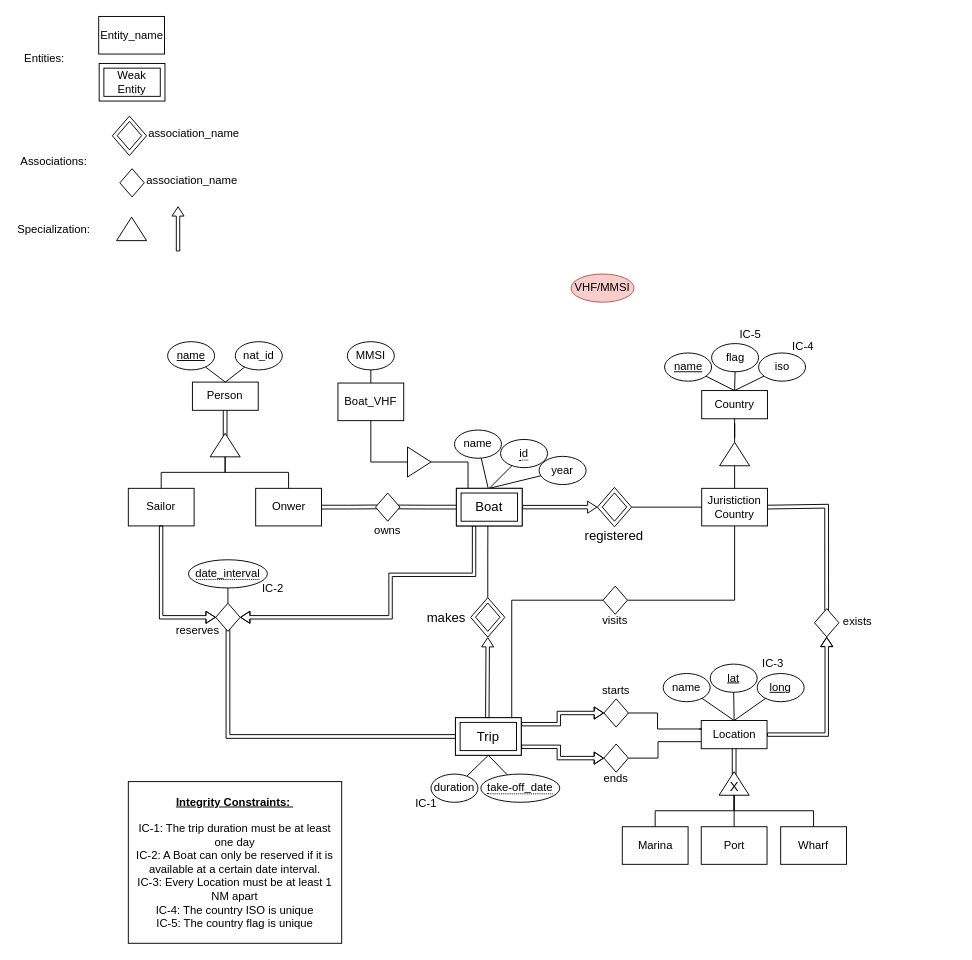
The draw.io diagram Project/proj1_diag_entity_association_v4.drawio in jamilsonjr/labs-and-project, before the edit. Source tidied: cells renumbered, new cells numbered last; positions are measured from the earlier drawing's top-left corner, leaving out a move shared by most shapes. Both pictures are drawn from the tidied source at 94%, with x=0, y=0 at pixel (16, 16).
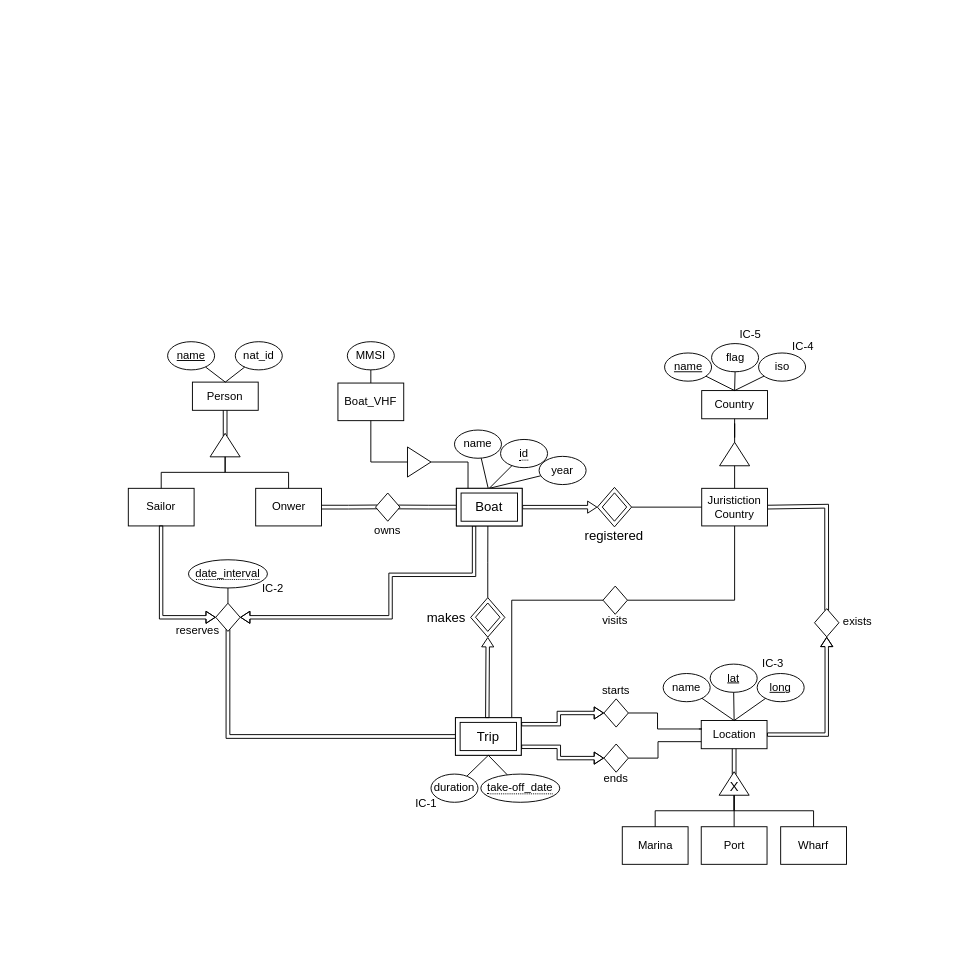
The same page after the edit.

The edit, as a diff of the source:
```diff
@@
-    <mxCell id="2" style="group;rounded=1;" parent="1" vertex="1">
-      <mxGeometry x="110" y="160" width="130" height="36" as="geometry" />
-    </mxCell>
-    <mxCell id="3" style="rhombus;whiteSpace=wrap;html=1;fillColor=none;rounded=0;" parent="2" vertex="1">
-      <mxGeometry y="2" width="26" height="30" as="geometry" />
-    </mxCell>
-    <mxCell id="4" value="association_name" style="text;html=1;strokeColor=none;fillColor=none;align=center;verticalAlign=middle;whiteSpace=wrap;rounded=0;" parent="2" vertex="1">
-      <mxGeometry x="24" width="106" height="30" as="geometry" />
-    </mxCell>
-    <mxCell id="5" style="group;" parent="1" vertex="1">
-      <mxGeometry x="104.8" y="104.2" width="135.2" height="47.5" as="geometry" />
-    </mxCell>
-    <mxCell id="6" style="rhombus;whiteSpace=wrap;html=1;fillColor=none;" parent="5" vertex="1">
-      <mxGeometry x="-2.8" y="1.8" width="36.4" height="42" as="geometry" />
-    </mxCell>
-    <mxCell id="7" style="rhombus;whiteSpace=wrap;html=1;fillColor=none;" parent="5" vertex="1">
-      <mxGeometry x="2.4" y="7.5" width="26" height="30.2" as="geometry" />
-    </mxCell>
-    <mxCell id="8" value="association_name" style="text;html=1;strokeColor=none;fillColor=none;align=center;verticalAlign=middle;whiteSpace=wrap;rounded=0;" parent="5" vertex="1">
-      <mxGeometry x="37.2" y="5.8" width="94" height="30" as="geometry" />
-    </mxCell>
-    <mxCell id="9" style="triangle;whiteSpace=wrap;html=1;rotation=-90;" parent="1" vertex="1">
-      <mxGeometry x="110" y="210" width="25" height="32" as="geometry" />
-    </mxCell>
-    <mxCell id="10" value="Specialization:" style="text;html=1;strokeColor=none;fillColor=none;align=center;verticalAlign=middle;whiteSpace=wrap;rounded=0;shadow=0;sketch=0;" parent="1" vertex="1">
-      <mxGeometry x="10" y="212" width="60" height="30" as="geometry" />
-    </mxCell>
-    <mxCell id="11" value="Associations:" style="text;html=1;strokeColor=none;fillColor=none;align=center;verticalAlign=middle;whiteSpace=wrap;rounded=0;shadow=0;sketch=0;" parent="1" vertex="1">
-      <mxGeometry x="10" y="140" width="60" height="30" as="geometry" />
-    </mxCell>
-    <mxCell id="12" value="Entity_name" style="rounded=0;whiteSpace=wrap;html=1;fontColor=#000000;fillColor=default;strokeWidth=1;" parent="1" vertex="1">
-      <mxGeometry x="87.5" width="70" height="40" as="geometry" />
-    </mxCell>
-    <mxCell id="13" style="group;" parent="1" vertex="1">
-      <mxGeometry x="88" y="50" width="70" height="40" as="geometry" />
-    </mxCell>
-    <mxCell id="14" style="rounded=0;whiteSpace=wrap;html=1;fontColor=#000000;fillColor=default;strokeWidth=1;" parent="13" vertex="1">
-      <mxGeometry width="70" height="40" as="geometry" />
-    </mxCell>
-    <mxCell id="15" value="&lt;span&gt;Weak&lt;br&gt;Entity&lt;br&gt;&lt;/span&gt;" style="rounded=0;whiteSpace=wrap;html=1;fontColor=#000000;fillColor=default;strokeWidth=1;" parent="13" vertex="1">
-      <mxGeometry x="5" y="5" width="60" height="30" as="geometry" />
-    </mxCell>
-    <mxCell id="16" value="Entities:" style="text;html=1;strokeColor=none;fillColor=none;align=center;verticalAlign=middle;whiteSpace=wrap;rounded=0;shadow=0;sketch=0;" parent="1" vertex="1">
-      <mxGeometry y="30" width="60" height="30" as="geometry" />
-    </mxCell>
-    <mxCell id="17" style="edgeStyle=orthogonalEdgeStyle;rounded=0;orthogonalLoop=1;jettySize=auto;html=1;fontColor=#000000;startArrow=block;startFill=0;endArrow=none;endFill=0;shape=flexArrow;endWidth=14.912344777209642;endSize=2.42027027027027;width=3.6486486486486487;startSize=2.9558139534883723;sourcePerimeterSpacing=0;startWidth=8.221244500314269;shadow=0;sketch=0;sourcePortConstraint=none;targetPortConstraint=none;orthogonal=0;anchorPointDirection=0;" parent="1" edge="1">
-      <mxGeometry relative="1" as="geometry">
-        <mxPoint x="171.8" y="202" as="sourcePoint" />
-        <mxPoint x="171.9" y="250" as="targetPoint" />
-        <Array as="points">
-          <mxPoint x="171.6" y="249.9" />
-        </Array>
-      </mxGeometry>
-    </mxCell>
@@
-    <mxCell id="96" value="VHF/MMSI" style="ellipse;whiteSpace=wrap;html=1;fillColor=#f8cecc;strokeColor=#b85450;" parent="1" vertex="1">
-      <mxGeometry x="590" y="274" width="67" height="30" as="geometry" />
-    </mxCell>
@@
-    <mxCell id="119" value="&lt;b&gt;&lt;u&gt;Integrity Constraints:&amp;nbsp;&lt;/u&gt;&lt;/b&gt;&lt;br&gt;&lt;br&gt;IC-1: The trip duration must be at least one day&lt;br&gt;IC-2: A Boat can only be reserved if it is available at a certain date interval.&lt;br&gt;IC-3: Every Location must be at least 1 NM apart&lt;br&gt;IC-4: The country ISO is unique&lt;br&gt;IC-5: The country flag is unique" style="text;html=1;strokeColor=default;fillColor=none;align=center;verticalAlign=middle;whiteSpace=wrap;rounded=0;shadow=0;sketch=0;" parent="1" vertex="1">
-      <mxGeometry x="119" y="814" width="227" height="172" as="geometry" />
-    </mxCell>
```
